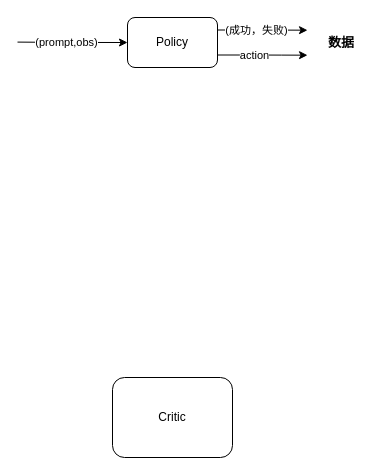
Earlier version of the draw.io diagram LLM/VLA/PIStar_Evo-RL.drawio (mailonghua/drawio). Source tidied: cells renumbered, new cells numbered last; positions are measured from the earlier drawing's top-left corner, leaving out a move shared by most shapes. Both pictures are drawn from the tidied source at 100%, with x=0, y=0 at pixel (17, 17).
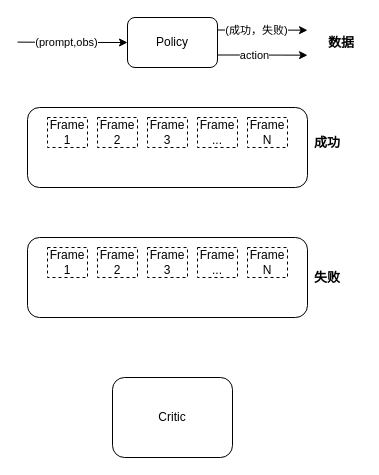
The same page after the edit.

What changed in the source:
```diff
@@
+    <mxCell id="11" style="rounded=1;whiteSpace=wrap;html=1;" parent="1" vertex="1">
+      <mxGeometry x="10" y="90" width="280" height="80" as="geometry" />
+    </mxCell>
@@
+    <mxCell id="12" value="Frame&lt;br&gt;1" style="rounded=0;whiteSpace=wrap;html=1;dashed=1;" parent="1" vertex="1">
+      <mxGeometry x="30" y="100" width="40" height="30" as="geometry" />
+    </mxCell>
+    <mxCell id="13" value="Frame&lt;br&gt;2" style="rounded=0;whiteSpace=wrap;html=1;dashed=1;" parent="1" vertex="1">
+      <mxGeometry x="80" y="100" width="40" height="30" as="geometry" />
+    </mxCell>
+    <mxCell id="14" value="Frame&lt;br&gt;3" style="rounded=0;whiteSpace=wrap;html=1;dashed=1;" parent="1" vertex="1">
+      <mxGeometry x="130" y="100" width="40" height="30" as="geometry" />
+    </mxCell>
+    <mxCell id="15" value="Frame&lt;br&gt;..." style="rounded=0;whiteSpace=wrap;html=1;dashed=1;" parent="1" vertex="1">
+      <mxGeometry x="180" y="100" width="40" height="30" as="geometry" />
+    </mxCell>
+    <mxCell id="16" value="Frame&lt;br&gt;N" style="rounded=0;whiteSpace=wrap;html=1;dashed=1;" parent="1" vertex="1">
+      <mxGeometry x="230" y="100" width="40" height="30" as="geometry" />
+    </mxCell>
+    <mxCell id="17" value="成功" style="text;html=1;whiteSpace=wrap;strokeColor=none;fillColor=none;align=center;verticalAlign=middle;rounded=0;fontStyle=1;fontSize=13;" parent="1" vertex="1">
+      <mxGeometry x="290" y="110" width="40" height="30" as="geometry" />
+    </mxCell>
+    <mxCell id="18" value="失败" style="text;html=1;whiteSpace=wrap;strokeColor=none;fillColor=none;align=center;verticalAlign=middle;rounded=0;fontStyle=1;fontSize=13;" parent="1" vertex="1">
+      <mxGeometry x="290" y="245" width="40" height="30" as="geometry" />
+    </mxCell>
+    <mxCell id="19" style="rounded=1;whiteSpace=wrap;html=1;" parent="1" vertex="1">
+      <mxGeometry x="10" y="220" width="280" height="80" as="geometry" />
+    </mxCell>
+    <mxCell id="20" value="Frame&lt;br&gt;1" style="rounded=0;whiteSpace=wrap;html=1;dashed=1;" parent="1" vertex="1">
+      <mxGeometry x="30" y="230" width="40" height="30" as="geometry" />
+    </mxCell>
+    <mxCell id="21" value="Frame&lt;br&gt;2" style="rounded=0;whiteSpace=wrap;html=1;dashed=1;" parent="1" vertex="1">
+      <mxGeometry x="80" y="230" width="40" height="30" as="geometry" />
+    </mxCell>
+    <mxCell id="22" value="Frame&lt;br&gt;3" style="rounded=0;whiteSpace=wrap;html=1;dashed=1;" parent="1" vertex="1">
+      <mxGeometry x="130" y="230" width="40" height="30" as="geometry" />
+    </mxCell>
+    <mxCell id="23" value="Frame&lt;br&gt;..." style="rounded=0;whiteSpace=wrap;html=1;dashed=1;" parent="1" vertex="1">
+      <mxGeometry x="180" y="230" width="40" height="30" as="geometry" />
+    </mxCell>
+    <mxCell id="24" value="Frame&lt;br&gt;N" style="rounded=0;whiteSpace=wrap;html=1;dashed=1;" parent="1" vertex="1">
+      <mxGeometry x="230" y="230" width="40" height="30" as="geometry" />
+    </mxCell>
```
